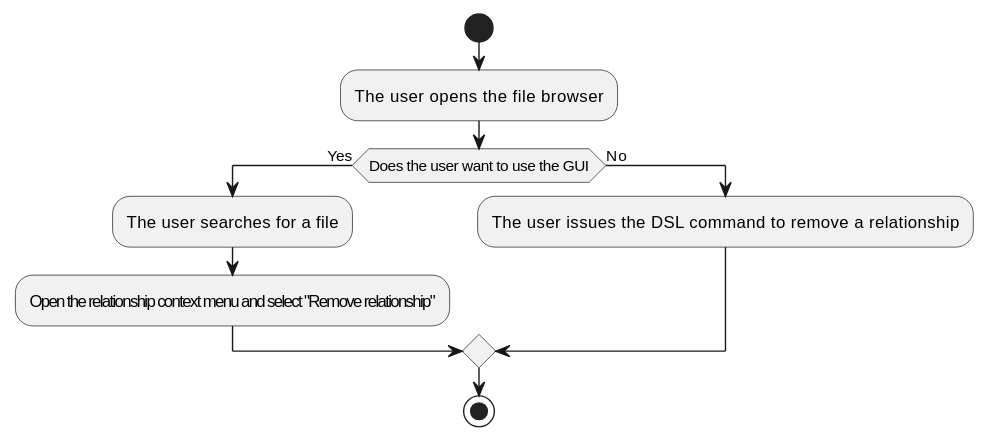
The PlantUML diagram thesis/chapters/analysis/use-cases/remove-a-relationship/remove-a-relationship-activity-diagram.svg in TrueBubo/Graphle, before a commit. Its diagram source:
```plantuml
@startuml
start
:The user opens the file browser;
if (Does the user want to use GUI) then (Yes)
:The user searches for a file;
:The user selects "Remove relationship" in the menu;
else (No)
:The user issues the DSL command to remove a relationship;
endif
stop
@enduml
```
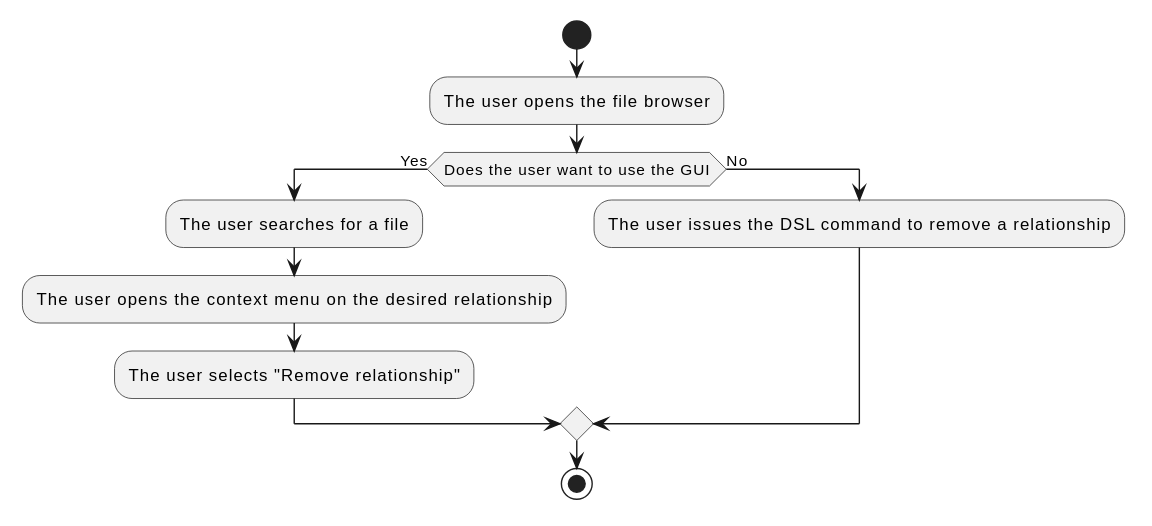
After the commit.

Commit message:
Use case rendering

What changed in the source:
```diff
@@ -1,9 +1,10 @@
 @startuml
 start
 :The user opens the file browser;
-if (Does the user want to use GUI) then (Yes)
+if (Does the user want to use the GUI) then (Yes)
 :The user searches for a file;
-:The user selects "Remove relationship" in the menu;
+:The user opens the context menu on the desired relationship;
+:The user selects "Remove relationship";
 else (No)
 :The user issues the DSL command to remove a relationship;
 endif
```
